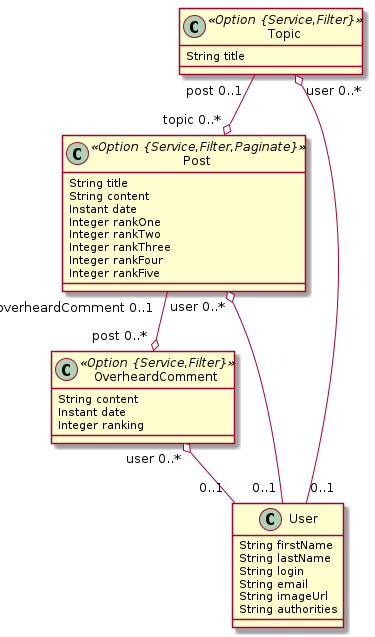
Earlier version of the PlantUML export overheard.png (armper/overheardclub). Source of this version:
```plantuml
@startuml
	!pragma syntax class
	class OverheardComment <<Option {Service,Filter}>> {
		String content
		Instant date
		Integer ranking
	}
	class Post <<Option {Service,Filter,Paginate}>> {
		String title
		String content
		Instant date
		Integer rankOne
		Integer rankTwo
		Integer rankThree
		Integer rankFour
		Integer rankFive
	}
	class Topic <<Option {Service,Filter}>> {
		String title
	}
	Post  "overheardComment 0..1 " --o "post 0..* "  OverheardComment
	Topic  "post 0..1 " --o "topic 0..* "  Post
	OverheardComment  "user 0..* " o-- "0..1 "  User
	Post  "user 0..* " o-- "0..1 "  User
	Topic  "user 0..* " o-- "0..1 "  User
	class User  {
		String firstName
		String lastName
		String login
		String email
		String imageUrl
		String authorities
	}
@enduml
```
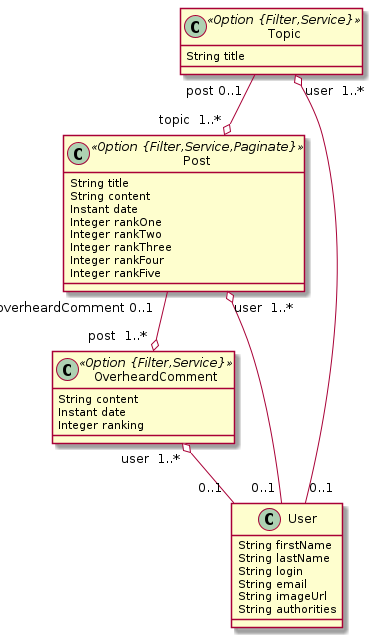
After the change.

Change to the diagram source:
```diff
@@ -1,11 +1,11 @@
 @startuml
 	!pragma syntax class
-	class OverheardComment <<Option {Service,Filter}>> {
+	class OverheardComment <<Option {Filter,Service}>> {
 		String content
 		Instant date
 		Integer ranking
 	}
-	class Post <<Option {Service,Filter,Paginate}>> {
+	class Post <<Option {Filter,Service,Paginate}>> {
 		String title
 		String content
 		Instant date
@@ -15,14 +15,14 @@
 		Integer rankFour
 		Integer rankFive
 	}
-	class Topic <<Option {Service,Filter}>> {
+	class Topic <<Option {Filter,Service}>> {
 		String title
 	}
-	Post  "overheardComment 0..1 " --o "post 0..* "  OverheardComment
-	Topic  "post 0..1 " --o "topic 0..* "  Post
-	OverheardComment  "user 0..* " o-- "0..1 "  User
-	Post  "user 0..* " o-- "0..1 "  User
-	Topic  "user 0..* " o-- "0..1 "  User
+	Post  "overheardComment 0..1 " --o "post  1..* "  OverheardComment
+	Topic  "post 0..1 " --o "topic  1..* "  Post
+	OverheardComment  "user  1..* " o-- "0..1 "  User
+	Post  "user  1..* " o-- "0..1 "  User
+	Topic  "user  1..* " o-- "0..1 "  User
 	class User  {
 		String firstName
 		String lastName
```
